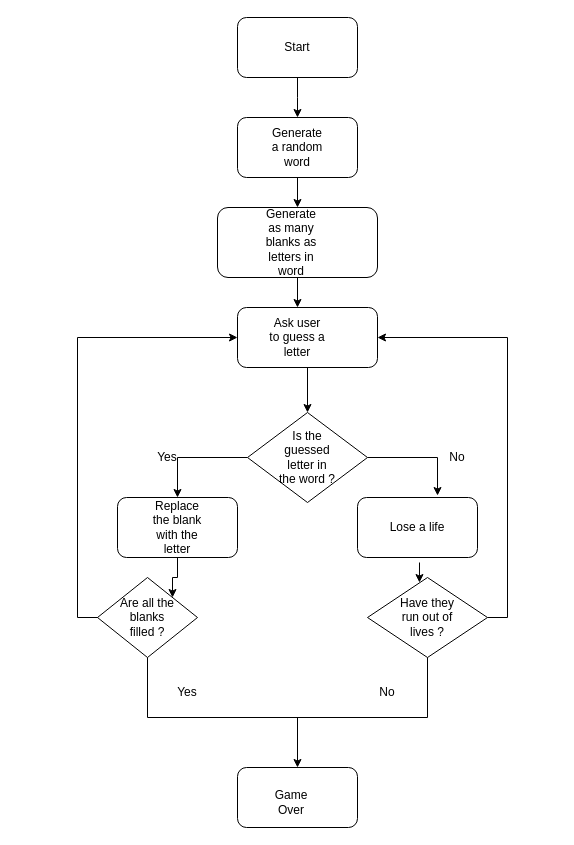
Earlier version of the draw.io diagram hangman.drawio (Dolapo-Dev/Mastering-python). Source tidied: cells renumbered, new cells numbered last; positions are measured from the earlier drawing's top-left corner, leaving out a move shared by most shapes. Both pictures are drawn from the tidied source at 100%, with x=0, y=0 at pixel (77, 17).
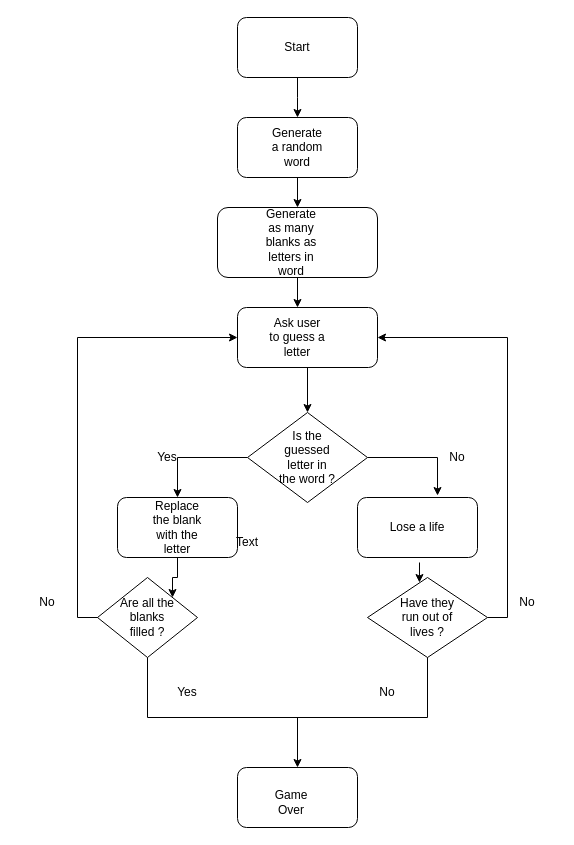
Above is the later version.

Change to the diagram source:
```diff
@@
+    <mxCell id="40" value="Text" style="text;html=1;strokeColor=none;fillColor=none;align=center;verticalAlign=middle;whiteSpace=wrap;rounded=0;" parent="1" vertex="1">
+      <mxGeometry x="140" y="510" width="60" height="30" as="geometry" />
+    </mxCell>
+    <mxCell id="41" value="No" style="text;html=1;strokeColor=none;fillColor=none;align=center;verticalAlign=middle;whiteSpace=wrap;rounded=0;" parent="1" vertex="1">
+      <mxGeometry x="-60" y="570" width="60" height="30" as="geometry" />
+    </mxCell>
+    <mxCell id="42" value="No" style="text;html=1;strokeColor=none;fillColor=none;align=center;verticalAlign=middle;whiteSpace=wrap;rounded=0;" parent="1" vertex="1">
+      <mxGeometry x="420" y="570" width="60" height="30" as="geometry" />
+    </mxCell>
```
